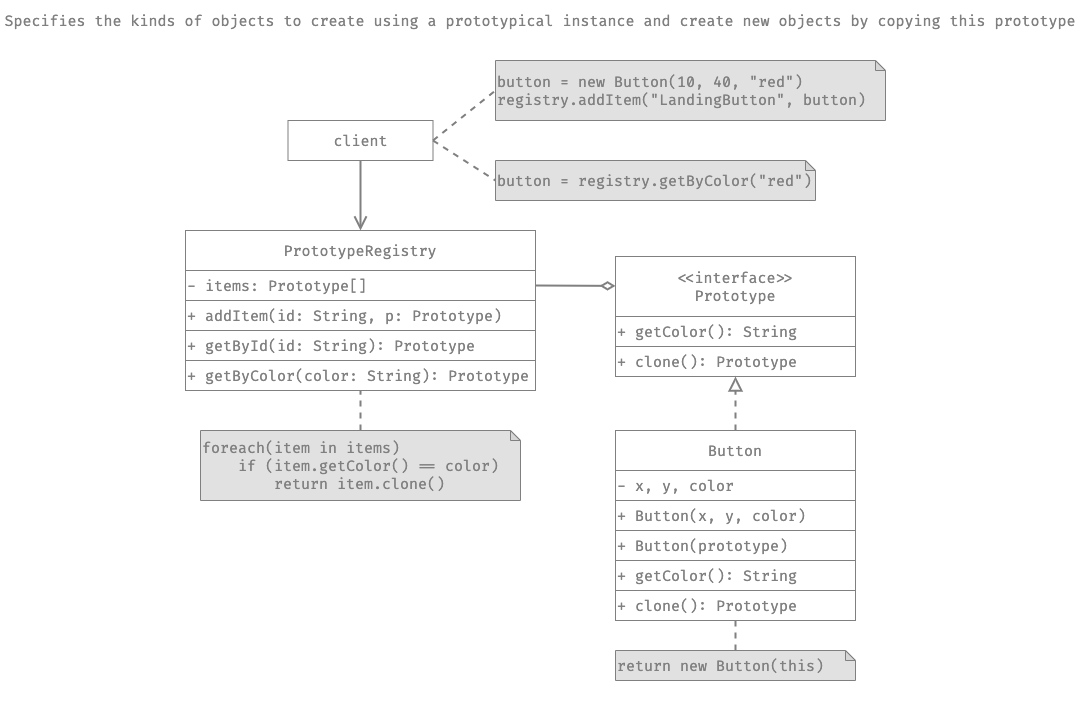
luk3ya0/luk3ya0.github.io keeps this draw.io diagram as static/image/Prototype.png. Above is the earlier version. Source tidied: cells renumbered, new cells last; positions are measured from the earlier drawing's top-left corner, leaving out a move shared by most shapes.
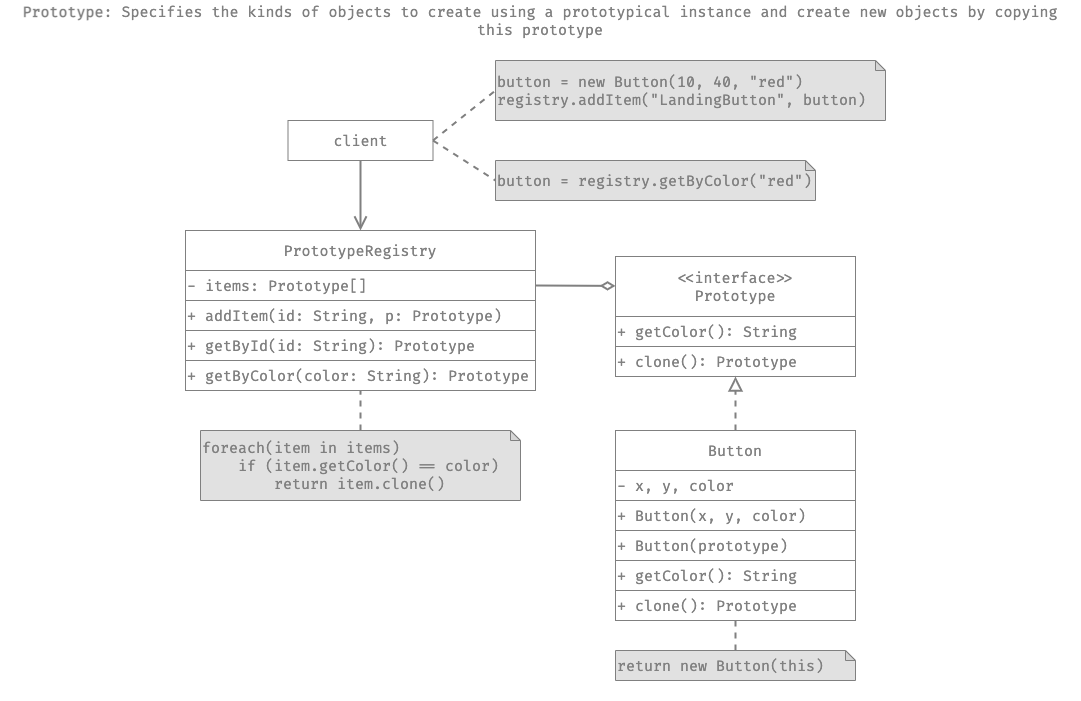
After the change.

Diff of the diagram source:
```diff
@@ -5,7 +5,7 @@
     <mxCell id="2" style="rounded=0;whiteSpace=wrap;html=1;strokeColor=none;fontFamily=Fira Code;fontSource=https%3A%2F%2Ffonts.googleapis.com%2Fcss%3Ffamily%3DFira%2BCode;fontSize=15;fontColor=#808080;fillColor=none;" parent="1" vertex="1">
       <mxGeometry y="40" width="1080" height="660" as="geometry" />
     </mxCell>
-    <mxCell id="3" value="Specifies the kinds of objects to create using a prototypical instance and create new objects by copying this prototype" style="rounded=0;whiteSpace=wrap;html=1;fillColor=none;strokeColor=none;fontFamily=Fira Code;fontSource=https%3A%2F%2Ffonts.googleapis.com%2Fcss%3Ffamily%3DFira%2BCode;fontSize=15;fontColor=#808080;" parent="1" vertex="1">
+    <mxCell id="3" value="&lt;b&gt;Prototype&lt;/b&gt;: Specifies the kinds of objects to create using a prototypical instance and create new objects by copying this prototype" style="rounded=0;whiteSpace=wrap;html=1;fillColor=none;strokeColor=none;fontFamily=Fira Code;fontSource=https%3A%2F%2Ffonts.googleapis.com%2Fcss%3Ffamily%3DFira%2BCode;fontSize=15;fontColor=#808080;" parent="1" vertex="1">
       <mxGeometry width="1080" height="40" as="geometry" />
     </mxCell>
     <mxCell id="4" value="&amp;lt;&amp;lt;interface&amp;gt;&amp;gt;&lt;br&gt;Prototype" style="rounded=0;whiteSpace=wrap;html=1;fillColor=none;fontColor=#808080;fontFamily=Fira Code;fontSource=https%3A%2F%2Ffonts.googleapis.com%2Fcss%3Ffamily%3DFira%2BCode;fontSize=15;strokeColor=#808080;" parent="1" vertex="1">
```
